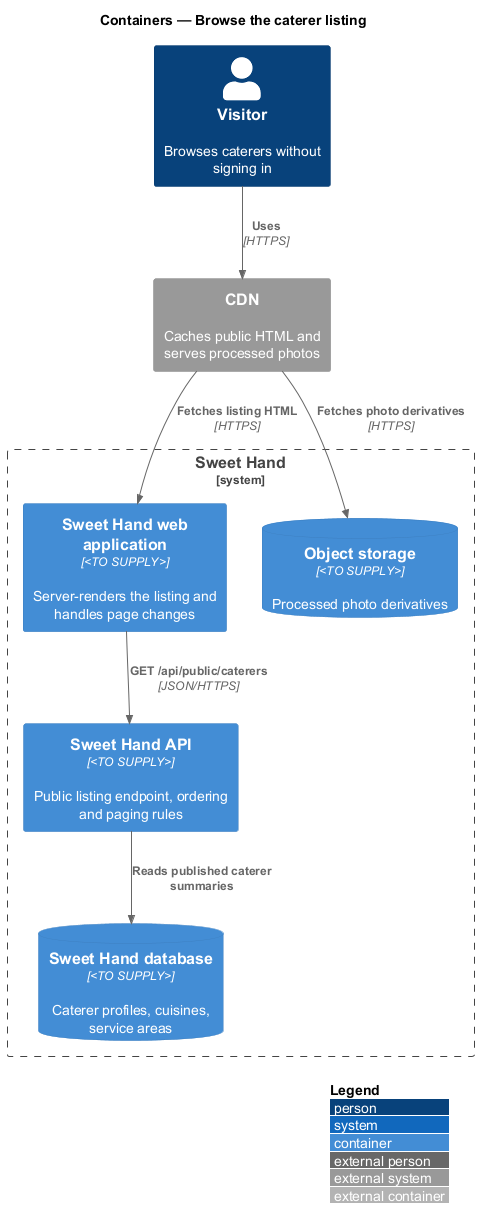
The PlantUML diagram docs/detailed-designs/discovery/browse-listing/diagrams/c4-container.png in QuinntyneBrown/sweet-hand, before a commit.
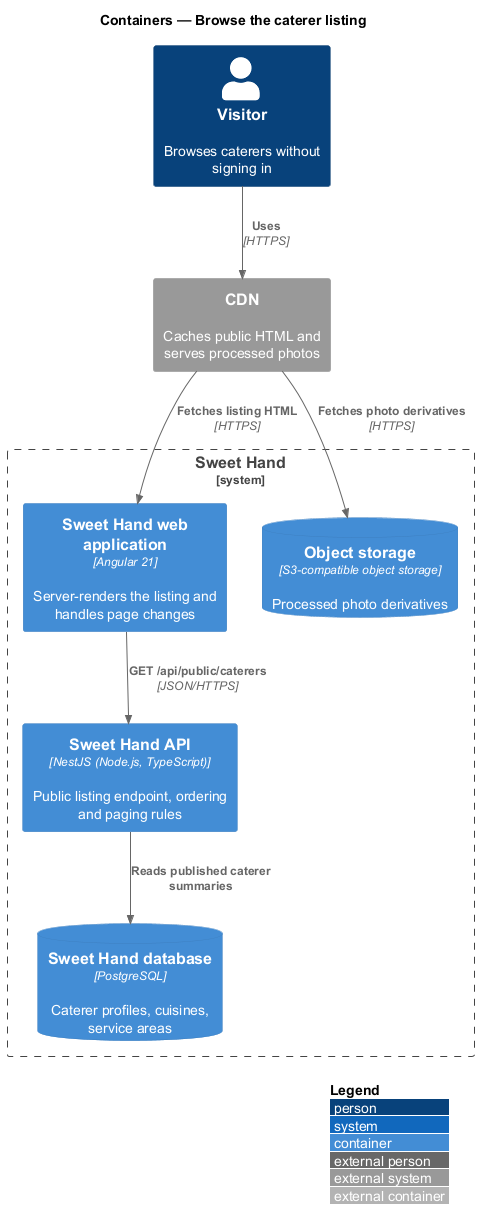
Later version of the same file.

The edit, as a diff of the source:
```diff
@@ -6,10 +6,10 @@
 Person(visitor, "Visitor", "Browses caterers without signing in")
 System_Ext(cdn, "CDN", "Caches public HTML and serves processed photos")
 System_Boundary(sweethand, "Sweet Hand") {
-  Container(web, "Sweet Hand web application", "<TO SUPPLY>", "Server-renders the listing and handles page changes")
-  Container(api, "Sweet Hand API", "<TO SUPPLY>", "Public listing endpoint, ordering and paging rules")
-  ContainerDb(db, "Sweet Hand database", "<TO SUPPLY>", "Caterer profiles, cuisines, service areas")
-  ContainerDb(storage, "Object storage", "<TO SUPPLY>", "Processed photo derivatives")
+  Container(web, "Sweet Hand web application", "Angular 21", "Server-renders the listing and handles page changes")
+  Container(api, "Sweet Hand API", "NestJS (Node.js, TypeScript)", "Public listing endpoint, ordering and paging rules")
+  ContainerDb(db, "Sweet Hand database", "PostgreSQL", "Caterer profiles, cuisines, service areas")
+  ContainerDb(storage, "Object storage", "S3-compatible object storage", "Processed photo derivatives")
 }
 Rel(visitor, cdn, "Uses", "HTTPS")
 Rel(cdn, web, "Fetches listing HTML", "HTTPS")
```
